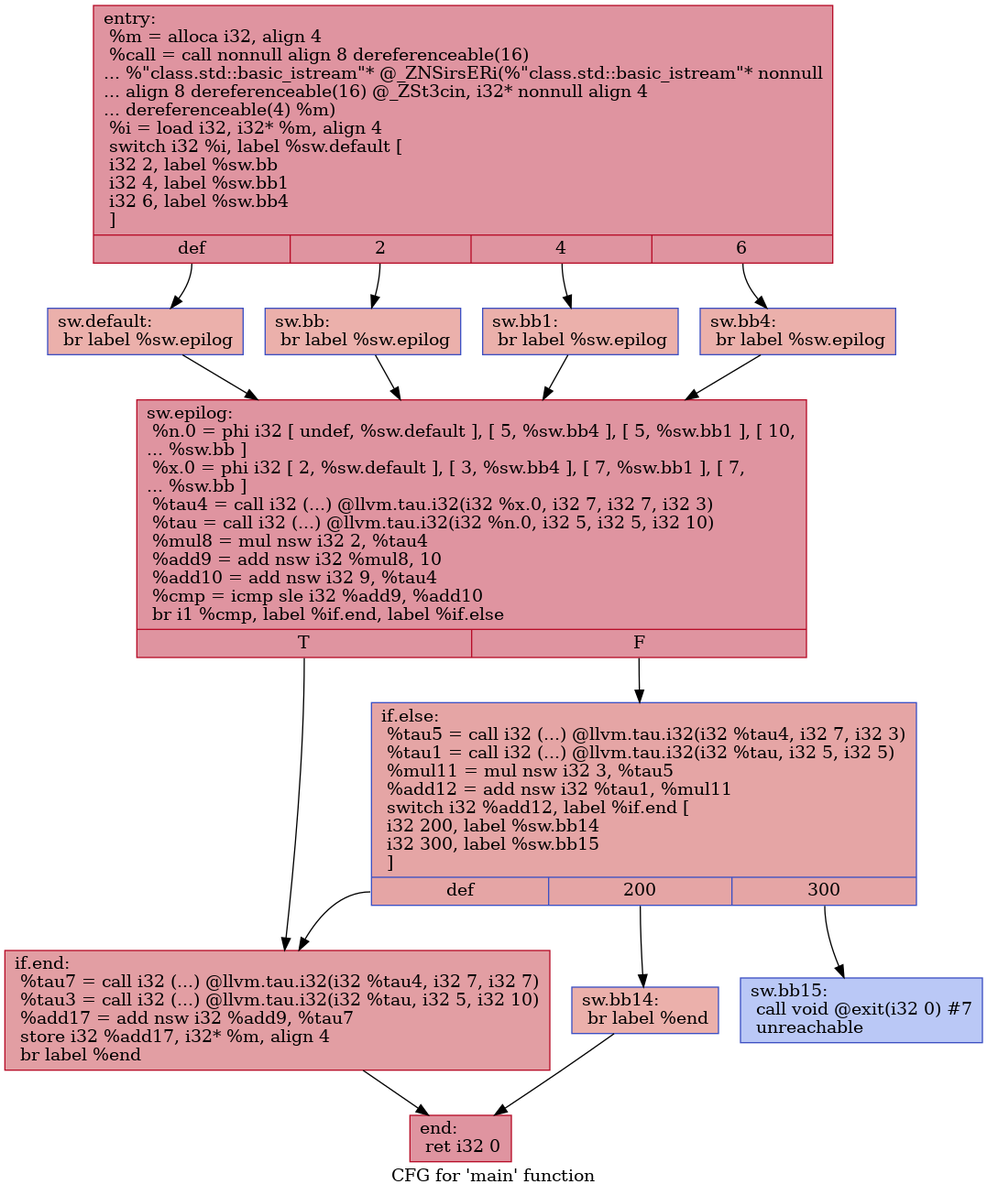
HPSSA-LLVM/HPSSA-LLVM keeps this Graphviz diagram as IR/cfg/specSCCP_HPSSA.dot.png. Above is the earlier version. Its source is kept beside it as IR/cfg/specSCCP_HPSSA.dot.
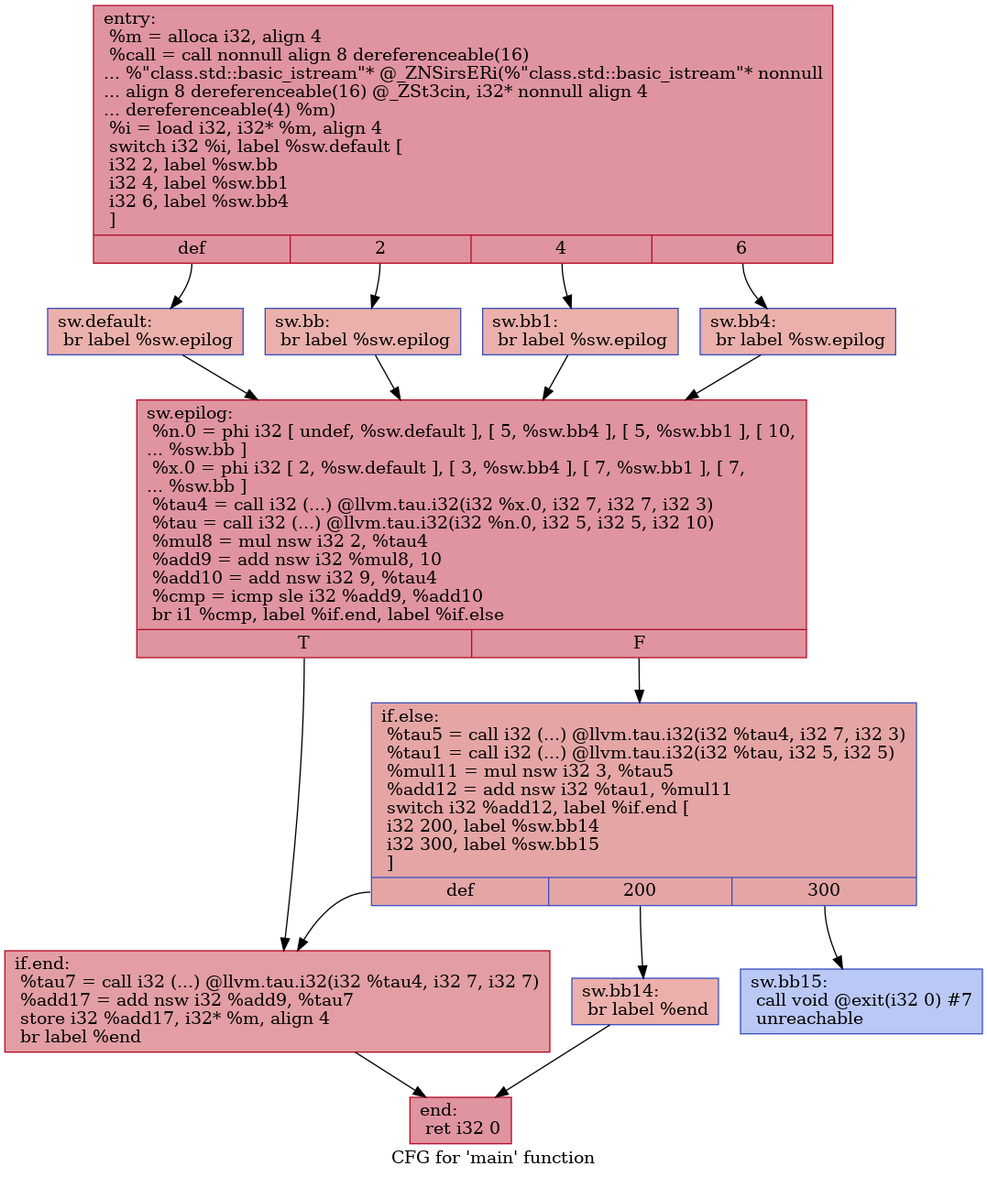
After the commit.

What changed in the source:
```diff
@@ -1,30 +1,30 @@
 digraph "CFG for 'main' function" {
 	label="CFG for 'main' function";
 
-	Node0x5586e394f090 [shape=record,color="#b70d28ff", style=filled, fillcolor="#b70d2870",label="{entry:\l  %m = alloca i32, align 4\l  %call = call nonnull align 8 dereferenceable(16)\l... %\"class.std::basic_istream\"* @_ZNSirsERi(%\"class.std::basic_istream\"* nonnull\l... align 8 dereferenceable(16) @_ZSt3cin, i32* nonnull align 4\l... dereferenceable(4) %m)\l  %i = load i32, i32* %m, align 4\l  switch i32 %i, label %sw.default [\l    i32 2, label %sw.bb\l    i32 4, label %sw.bb1\l    i32 6, label %sw.bb4\l  ]\l|{<s0>def|<s1>2|<s2>4|<s3>6}}"];
-	Node0x5586e394f090:s0 -> Node0x5586e394f4d0;
-	Node0x5586e394f090:s1 -> Node0x5586e394f5e0;
-	Node0x5586e394f090:s2 -> Node0x5586e394f6e0;
-	Node0x5586e394f090:s3 -> Node0x5586e394f7e0;
-	Node0x5586e394f5e0 [shape=record,color="#3d50c3ff", style=filled, fillcolor="#d24b4070",label="{sw.bb:                                            \l  br label %sw.epilog\l}"];
-	Node0x5586e394f5e0 -> Node0x5586e394f900;
-	Node0x5586e394f6e0 [shape=record,color="#3d50c3ff", style=filled, fillcolor="#d24b4070",label="{sw.bb1:                                           \l  br label %sw.epilog\l}"];
-	Node0x5586e394f6e0 -> Node0x5586e394f900;
-	Node0x5586e394f7e0 [shape=record,color="#3d50c3ff", style=filled, fillcolor="#d24b4070",label="{sw.bb4:                                           \l  br label %sw.epilog\l}"];
-	Node0x5586e394f7e0 -> Node0x5586e394f900;
-	Node0x5586e394f4d0 [shape=record,color="#3d50c3ff", style=filled, fillcolor="#d24b4070",label="{sw.default:                                       \l  br label %sw.epilog\l}"];
-	Node0x5586e394f4d0 -> Node0x5586e394f900;
-	Node0x5586e394f900 [shape=record,color="#b70d28ff", style=filled, fillcolor="#b70d2870",label="{sw.epilog:                                        \l  %n.0 = phi i32 [ undef, %sw.default ], [ 5, %sw.bb4 ], [ 5, %sw.bb1 ], [ 10,\l... %sw.bb ]\l  %x.0 = phi i32 [ 2, %sw.default ], [ 3, %sw.bb4 ], [ 7, %sw.bb1 ], [ 7,\l... %sw.bb ]\l  %tau4 = call i32 (...) @llvm.tau.i32(i32 %x.0, i32 7, i32 7, i32 3)\l  %tau = call i32 (...) @llvm.tau.i32(i32 %n.0, i32 5, i32 5, i32 10)\l  %mul8 = mul nsw i32 2, %tau4\l  %add9 = add nsw i32 %mul8, 10\l  %add10 = add nsw i32 9, %tau4\l  %cmp = icmp sle i32 %add9, %add10\l  br i1 %cmp, label %if.end, label %if.else\l|{<s0>T|<s1>F}}"];
-	Node0x5586e394f900:s0 -> Node0x5586e3950aa0;
-	Node0x5586e394f900:s1 -> Node0x5586e3950b10;
-	Node0x5586e3950b10 [shape=record,color="#3d50c3ff", style=filled, fillcolor="#c5333470",label="{if.else:                                          \l  %tau5 = call i32 (...) @llvm.tau.i32(i32 %tau4, i32 7, i32 3)\l  %tau1 = call i32 (...) @llvm.tau.i32(i32 %tau, i32 5, i32 5)\l  %mul11 = mul nsw i32 3, %tau5\l  %add12 = add nsw i32 %tau1, %mul11\l  switch i32 %add12, label %if.end [\l    i32 200, label %sw.bb14\l    i32 300, label %sw.bb15\l  ]\l|{<s0>def|<s1>200|<s2>300}}"];
-	Node0x5586e3950b10:s0 -> Node0x5586e3950aa0;
-	Node0x5586e3950b10:s1 -> Node0x5586e3950ea0;
-	Node0x5586e3950b10:s2 -> Node0x5586e3950f40;
-	Node0x5586e3950ea0 [shape=record,color="#3d50c3ff", style=filled, fillcolor="#d24b4070",label="{sw.bb14:                                          \l  br label %end\l}"];
-	Node0x5586e3950ea0 -> Node0x5586e39513f0;
-	Node0x5586e3950f40 [shape=record,color="#3d50c3ff", style=filled, fillcolor="#6282ea70",label="{sw.bb15:                                          \l  call void @exit(i32 0) #7\l  unreachable\l}"];
-	Node0x5586e3950aa0 [shape=record,color="#b70d28ff", style=filled, fillcolor="#be242e70",label="{if.end:                                           \l  %tau7 = call i32 (...) @llvm.tau.i32(i32 %tau4, i32 7, i32 7)\l  %tau3 = call i32 (...) @llvm.tau.i32(i32 %tau, i32 5, i32 10)\l  %add17 = add nsw i32 %add9, %tau7\l  store i32 %add17, i32* %m, align 4\l  br label %end\l}"];
-	Node0x5586e3950aa0 -> Node0x5586e39513f0;
-	Node0x5586e39513f0 [shape=record,color="#b70d28ff", style=filled, fillcolor="#b70d2870",label="{end:                                              \l  ret i32 0\l}"];
+	Node0x55d6247a9050 [shape=record,color="#b70d28ff", style=filled, fillcolor="#b70d2870",label="{entry:\l  %m = alloca i32, align 4\l  %call = call nonnull align 8 dereferenceable(16)\l... %\"class.std::basic_istream\"* @_ZNSirsERi(%\"class.std::basic_istream\"* nonnull\l... align 8 dereferenceable(16) @_ZSt3cin, i32* nonnull align 4\l... dereferenceable(4) %m)\l  %i = load i32, i32* %m, align 4\l  switch i32 %i, label %sw.default [\l    i32 2, label %sw.bb\l    i32 4, label %sw.bb1\l    i32 6, label %sw.bb4\l  ]\l|{<s0>def|<s1>2|<s2>4|<s3>6}}"];
+	Node0x55d6247a9050:s0 -> Node0x55d6247a9490;
+	Node0x55d6247a9050:s1 -> Node0x55d6247a95a0;
+	Node0x55d6247a9050:s2 -> Node0x55d6247a96a0;
+	Node0x55d6247a9050:s3 -> Node0x55d6247a97a0;
+	Node0x55d6247a95a0 [shape=record,color="#3d50c3ff", style=filled, fillcolor="#d24b4070",label="{sw.bb:                                            \l  br label %sw.epilog\l}"];
+	Node0x55d6247a95a0 -> Node0x55d6247a98c0;
+	Node0x55d6247a96a0 [shape=record,color="#3d50c3ff", style=filled, fillcolor="#d24b4070",label="{sw.bb1:                                           \l  br label %sw.epilog\l}"];
+	Node0x55d6247a96a0 -> Node0x55d6247a98c0;
+	Node0x55d6247a97a0 [shape=record,color="#3d50c3ff", style=filled, fillcolor="#d24b4070",label="{sw.bb4:                                           \l  br label %sw.epilog\l}"];
+	Node0x55d6247a97a0 -> Node0x55d6247a98c0;
+	Node0x55d6247a9490 [shape=record,color="#3d50c3ff", style=filled, fillcolor="#d24b4070",label="{sw.default:                                       \l  br label %sw.epilog\l}"];
+	Node0x55d6247a9490 -> Node0x55d6247a98c0;
+	Node0x55d6247a98c0 [shape=record,color="#b70d28ff", style=filled, fillcolor="#b70d2870",label="{sw.epilog:                                        \l  %n.0 = phi i32 [ undef, %sw.default ], [ 5, %sw.bb4 ], [ 5, %sw.bb1 ], [ 10,\l... %sw.bb ]\l  %x.0 = phi i32 [ 2, %sw.default ], [ 3, %sw.bb4 ], [ 7, %sw.bb1 ], [ 7,\l... %sw.bb ]\l  %tau4 = call i32 (...) @llvm.tau.i32(i32 %x.0, i32 7, i32 7, i32 3)\l  %tau = call i32 (...) @llvm.tau.i32(i32 %n.0, i32 5, i32 5, i32 10)\l  %mul8 = mul nsw i32 2, %tau4\l  %add9 = add nsw i32 %mul8, 10\l  %add10 = add nsw i32 9, %tau4\l  %cmp = icmp sle i32 %add9, %add10\l  br i1 %cmp, label %if.end, label %if.else\l|{<s0>T|<s1>F}}"];
+	Node0x55d6247a98c0:s0 -> Node0x55d6247aaa60;
+	Node0x55d6247a98c0:s1 -> Node0x55d6247aaad0;
+	Node0x55d6247aaad0 [shape=record,color="#3d50c3ff", style=filled, fillcolor="#c5333470",label="{if.else:                                          \l  %tau5 = call i32 (...) @llvm.tau.i32(i32 %tau4, i32 7, i32 3)\l  %tau1 = call i32 (...) @llvm.tau.i32(i32 %tau, i32 5, i32 5)\l  %mul11 = mul nsw i32 3, %tau5\l  %add12 = add nsw i32 %tau1, %mul11\l  switch i32 %add12, label %if.end [\l    i32 200, label %sw.bb14\l    i32 300, label %sw.bb15\l  ]\l|{<s0>def|<s1>200|<s2>300}}"];
+	Node0x55d6247aaad0:s0 -> Node0x55d6247aaa60;
+	Node0x55d6247aaad0:s1 -> Node0x55d6247aae60;
+	Node0x55d6247aaad0:s2 -> Node0x55d6247aaf00;
+	Node0x55d6247aae60 [shape=record,color="#3d50c3ff", style=filled, fillcolor="#d24b4070",label="{sw.bb14:                                          \l  br label %end\l}"];
+	Node0x55d6247aae60 -> Node0x55d6247ab3b0;
+	Node0x55d6247aaf00 [shape=record,color="#3d50c3ff", style=filled, fillcolor="#6282ea70",label="{sw.bb15:                                          \l  call void @exit(i32 0) #7\l  unreachable\l}"];
+	Node0x55d6247aaa60 [shape=record,color="#b70d28ff", style=filled, fillcolor="#be242e70",label="{if.end:                                           \l  %tau7 = call i32 (...) @llvm.tau.i32(i32 %tau4, i32 7, i32 7)\l  %add17 = add nsw i32 %add9, %tau7\l  store i32 %add17, i32* %m, align 4\l  br label %end\l}"];
+	Node0x55d6247aaa60 -> Node0x55d6247ab3b0;
+	Node0x55d6247ab3b0 [shape=record,color="#b70d28ff", style=filled, fillcolor="#b70d2870",label="{end:                                              \l  ret i32 0\l}"];
 }
```
